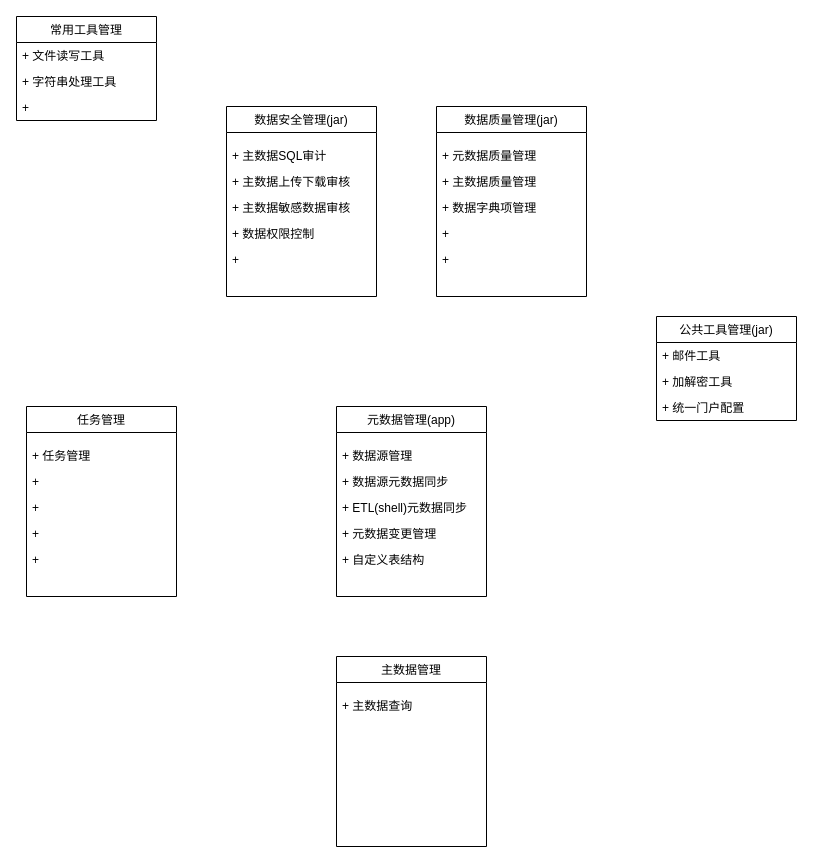
The draw.io diagram 数据管理系统模块图.drawio in jingmian/design-repo, before the edit. Source tidied: cells renumbered, new cells numbered last; positions are measured from the earlier drawing's top-left corner, leaving out a move shared by most shapes. Both pictures are drawn from the tidied source at 100%, with x=0, y=0 at pixel (16, 16).
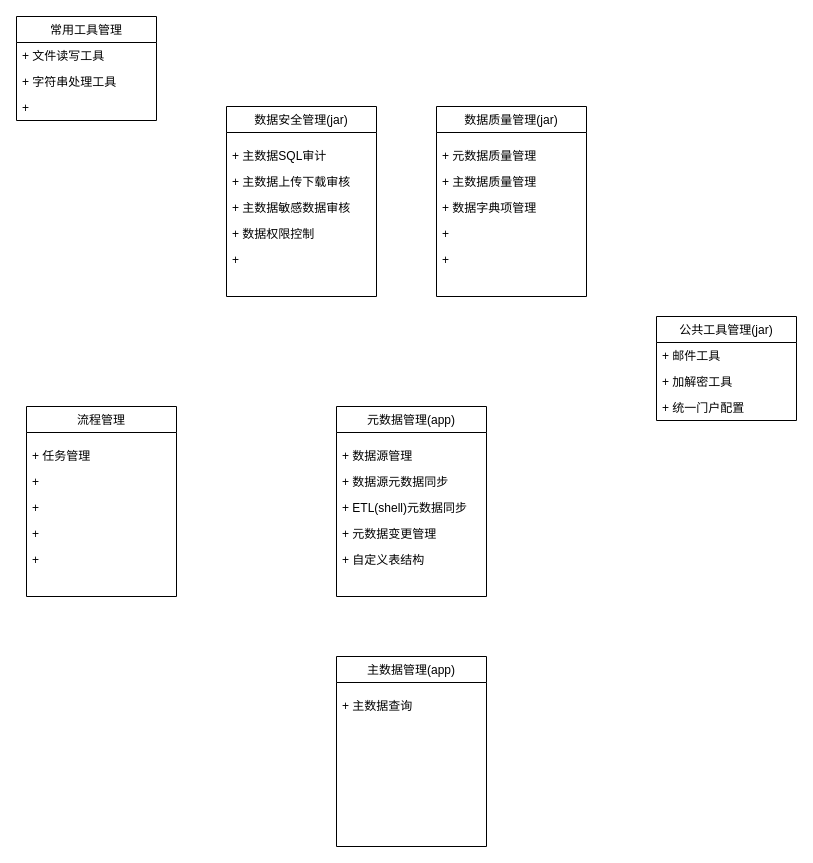
Above is the later version.

Commit message:
更新数据管理系统模块图.drawio

Unchanged cells that the change refers to:
```xml
<mxCell id="13" style="group;" parent="1" vertex="1">
  <mxGeometry x="320" y="640" width="150" height="190" as="geometry" />
</mxCell>
<mxCell id="30" style="group;" parent="1" vertex="1">
  <mxGeometry x="10" y="390" width="150" height="190" as="geometry" />
</mxCell>
```

What changed in the source:
```diff
@@
-    <mxCell id="14" value="主数据管理" style="swimlane;fontStyle=0;horizontal=1;startSize=26;fillColor=none;" parent="13" vertex="1">
+    <mxCell id="14" value="主数据管理(app)" style="swimlane;fontStyle=0;horizontal=1;startSize=26;fillColor=none;" parent="13" vertex="1">
       <mxGeometry width="150" height="190" as="geometry" />
     </mxCell>
@@
-    <mxCell id="31" value="任务管理" style="swimlane;fontStyle=0;horizontal=1;startSize=26;fillColor=none;" parent="30" vertex="1">
+    <mxCell id="31" value="流程管理" style="swimlane;fontStyle=0;horizontal=1;startSize=26;fillColor=none;" parent="30" vertex="1">
       <mxGeometry width="150" height="190" as="geometry" />
     </mxCell>
```
